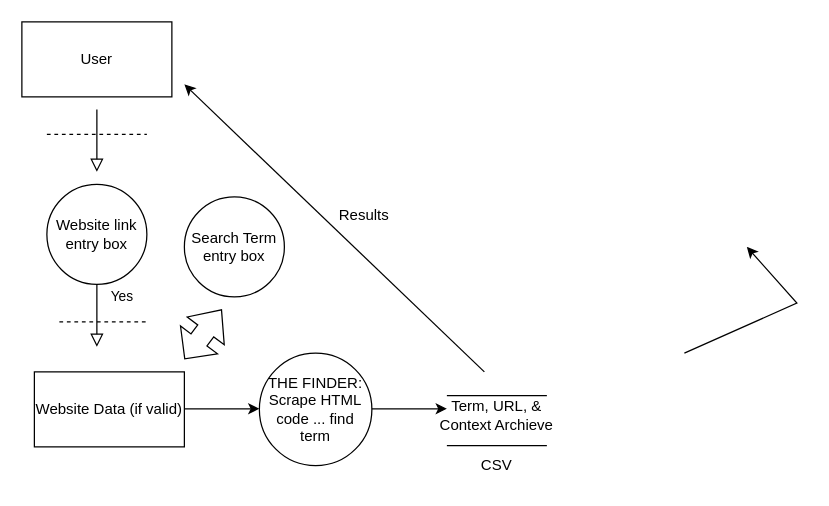
This is Assignments/WebScraper/Untitled Diagram.drawio from alexisbernt/CYBR-SoftwareEngineering, a draw.io file, before an edit. Source tidied: cells renumbered, new cells numbered last; positions are measured from the earlier drawing's top-left corner, leaving out a move shared by most shapes. Both pictures are drawn from the tidied source at 125%, with x=0, y=0 at pixel (21, 21).
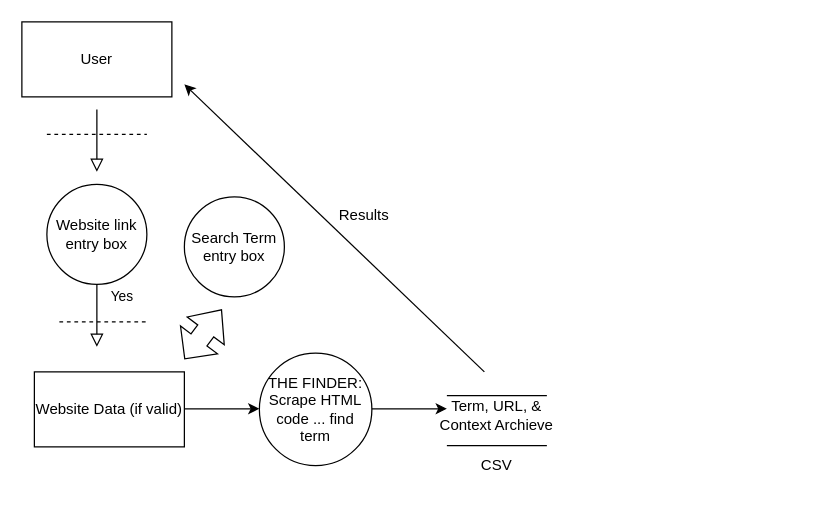
After the change.

The edit, as a diff of the source:
```diff
@@
-    <mxCell id="10" style="endArrow=classic;html=1;rounded=0;" parent="1" edge="1">
-      <mxGeometry relative="1" as="geometry">
-        <mxPoint x="530" y="265" as="sourcePoint" />
-        <mxPoint x="580" y="180" as="targetPoint" />
-        <Array as="points">
-          <mxPoint x="620" y="225" />
-        </Array>
-      </mxGeometry>
-    </mxCell>
```
